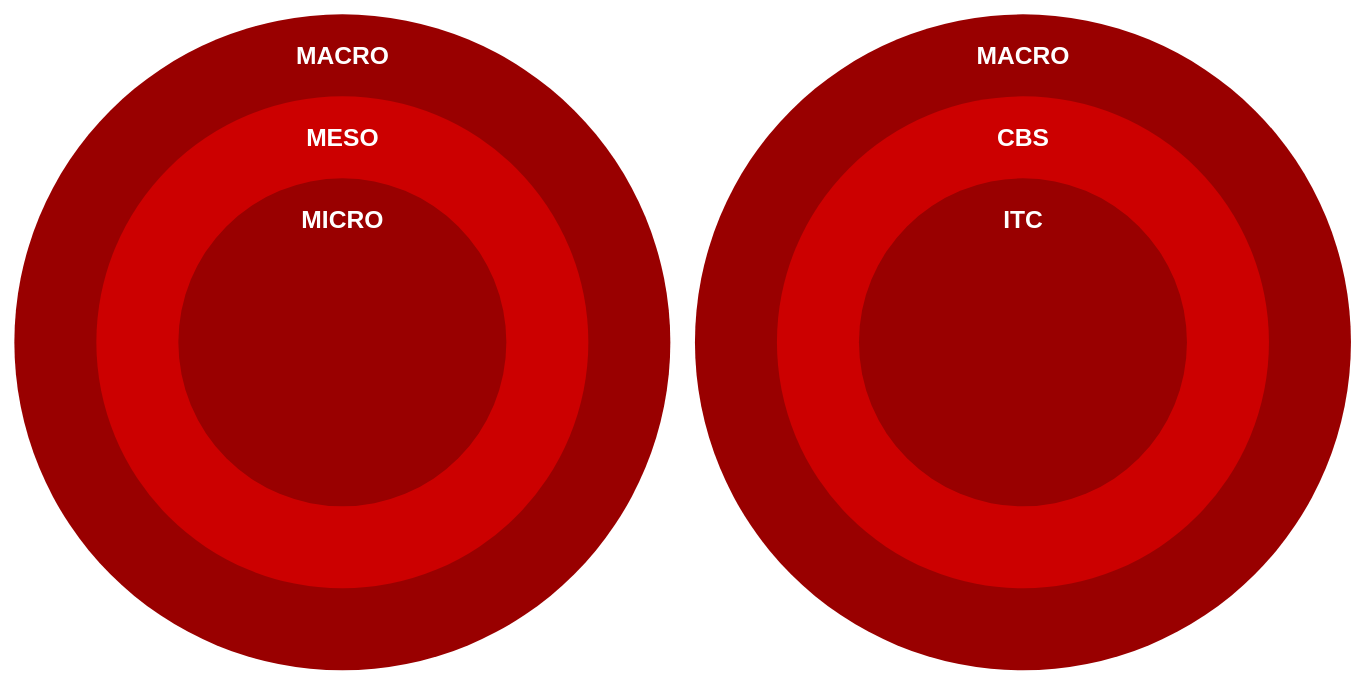
Before: diagrammen/2025-12-07 Miso Meso Macro.drawio in LeroyGerrits/zuyd, a draw.io diagram. Source tidied: cells renumbered, new cells numbered last; positions are measured from the earlier drawing's top-left corner, leaving out a move shared by most shapes. Both pictures are drawn from the tidied source at 82%, with x=0, y=0 at pixel (14, 14).
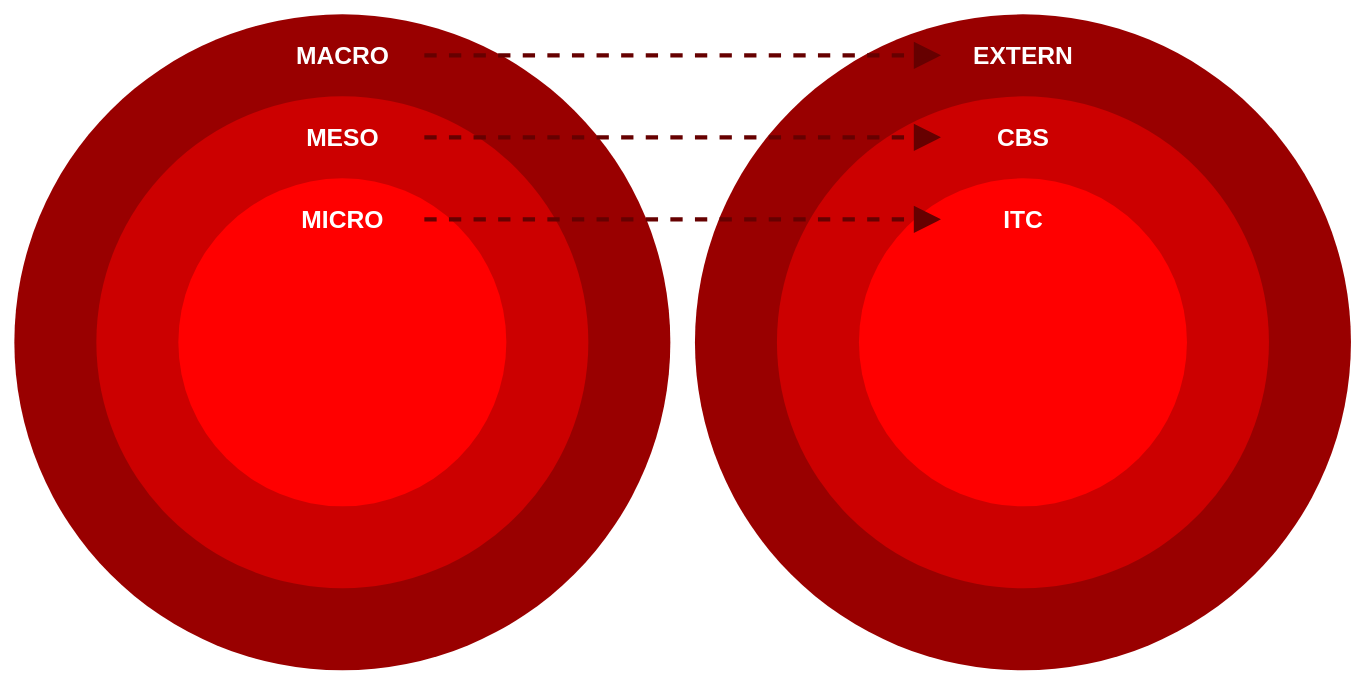
The same page after the edit.

Diff of the diagram source:
```diff
@@
 <mxGraphModel>
   <root>
     <mxCell id="0" />
     <mxCell id="1" parent="0" />
     <mxCell id="2" style="ellipse;whiteSpace=wrap;html=1;strokeColor=none;fillColor=#990000;" parent="1" vertex="1">
       <mxGeometry width="800" height="800" as="geometry" />
     </mxCell>
     <mxCell id="3" style="ellipse;whiteSpace=wrap;html=1;fillColor=#CC0000;strokeColor=none;" parent="1" vertex="1">
       <mxGeometry x="100" y="100" width="600" height="600" as="geometry" />
     </mxCell>
-    <mxCell id="4" style="ellipse;whiteSpace=wrap;html=1;strokeColor=none;fillColor=#990000;" parent="1" vertex="1">
+    <mxCell id="4" style="ellipse;whiteSpace=wrap;html=1;strokeColor=none;fillColor=#FF0000;" parent="1" vertex="1">
       <mxGeometry x="200" y="200" width="400" height="400" as="geometry" />
     </mxCell>
     <mxCell id="5" value="&lt;font style=&quot;font-size: 30px; color: rgb(255, 255, 255);&quot;&gt;MICRO&lt;/font&gt;" style="text;strokeColor=none;fillColor=none;html=1;fontSize=24;fontStyle=1;verticalAlign=middle;align=center;" parent="1" vertex="1">
-      <mxGeometry x="350" y="230" width="100" height="40" as="geometry" />
+      <mxGeometry x="300" y="230" width="200" height="40" as="geometry" />
     </mxCell>
     <mxCell id="6" value="&lt;font style=&quot;font-size: 30px; color: rgb(255, 255, 255);&quot;&gt;MESO&lt;/font&gt;" style="text;strokeColor=none;fillColor=none;html=1;fontSize=24;fontStyle=1;verticalAlign=middle;align=center;" parent="1" vertex="1">
-      <mxGeometry x="350" y="130" width="100" height="40" as="geometry" />
+      <mxGeometry x="300" y="130" width="200" height="40" as="geometry" />
     </mxCell>
     <mxCell id="7" value="&lt;font style=&quot;font-size: 30px; color: rgb(255, 255, 255);&quot;&gt;MACRO&lt;/font&gt;" style="text;strokeColor=none;fillColor=none;html=1;fontSize=24;fontStyle=1;verticalAlign=middle;align=center;" parent="1" vertex="1">
-      <mxGeometry x="350" y="30" width="100" height="40" as="geometry" />
+      <mxGeometry x="300" y="30" width="200" height="40" as="geometry" />
     </mxCell>
     <mxCell id="8" style="ellipse;whiteSpace=wrap;html=1;strokeColor=none;fillColor=#990000;" parent="1" vertex="1">
       <mxGeometry x="830" width="800" height="800" as="geometry" />
     </mxCell>
     <mxCell id="9" style="ellipse;whiteSpace=wrap;html=1;fillColor=#CC0000;strokeColor=none;" parent="1" vertex="1">
       <mxGeometry x="930" y="100" width="600" height="600" as="geometry" />
     </mxCell>
-    <mxCell id="10" style="ellipse;whiteSpace=wrap;html=1;strokeColor=none;fillColor=#990000;" parent="1" vertex="1">
+    <mxCell id="10" style="ellipse;whiteSpace=wrap;html=1;strokeColor=none;fillColor=#FF0000;" parent="1" vertex="1">
       <mxGeometry x="1030" y="200" width="400" height="400" as="geometry" />
     </mxCell>
     <mxCell id="11" value="&lt;font style=&quot;font-size: 30px; color: rgb(255, 255, 255);&quot;&gt;ITC&lt;/font&gt;" style="text;strokeColor=none;fillColor=none;html=1;fontSize=24;fontStyle=1;verticalAlign=middle;align=center;" parent="1" vertex="1">
-      <mxGeometry x="1180" y="230" width="100" height="40" as="geometry" />
+      <mxGeometry x="1130" y="230" width="200" height="40" as="geometry" />
     </mxCell>
     <mxCell id="12" value="&lt;font style=&quot;font-size: 30px; color: rgb(255, 255, 255);&quot;&gt;CBS&lt;/font&gt;" style="text;strokeColor=none;fillColor=none;html=1;fontSize=24;fontStyle=1;verticalAlign=middle;align=center;" parent="1" vertex="1">
-      <mxGeometry x="1180" y="130" width="100" height="40" as="geometry" />
+      <mxGeometry x="1130" y="130" width="200" height="40" as="geometry" />
     </mxCell>
-    <mxCell id="13" value="&lt;font style=&quot;font-size: 30px; color: rgb(255, 255, 255);&quot;&gt;MACRO&lt;/font&gt;" style="text;strokeColor=none;fillColor=none;html=1;fontSize=24;fontStyle=1;verticalAlign=middle;align=center;" parent="1" vertex="1">
-      <mxGeometry x="1180" y="30" width="100" height="40" as="geometry" />
+    <mxCell id="13" value="&lt;font style=&quot;font-size: 30px; color: rgb(255, 255, 255);&quot;&gt;EXTERN&lt;/font&gt;" style="text;strokeColor=none;fillColor=none;html=1;fontSize=24;fontStyle=1;verticalAlign=middle;align=center;" parent="1" vertex="1">
+      <mxGeometry x="1130" y="30" width="200" height="40" as="geometry" />
     </mxCell>
+    <mxCell id="14" style="endArrow=block;html=1;rounded=0;exitX=1;exitY=0.5;exitDx=0;exitDy=0;entryX=0;entryY=0.5;entryDx=0;entryDy=0;strokeWidth=5;endFill=1;dashed=1;strokeColor=#660000;startSize=20;endSize=20;" parent="1" edge="1" source="5" target="11">
+      <mxGeometry relative="1" as="geometry" />
+    </mxCell>
+    <mxCell id="15" style="endArrow=block;html=1;rounded=0;exitX=1;exitY=0.5;exitDx=0;exitDy=0;strokeWidth=5;endFill=1;dashed=1;strokeColor=#660000;entryX=0;entryY=0.5;entryDx=0;entryDy=0;startSize=20;endSize=20;" parent="1" edge="1" source="6" target="12">
+      <mxGeometry relative="1" as="geometry" />
+    </mxCell>
+    <mxCell id="16" style="endArrow=block;html=1;rounded=0;exitX=1;exitY=0.5;exitDx=0;exitDy=0;strokeWidth=5;endFill=1;dashed=1;strokeColor=#660000;entryX=0;entryY=0.5;entryDx=0;entryDy=0;startSize=20;endSize=20;" parent="1" edge="1" source="7" target="13">
+      <mxGeometry relative="1" as="geometry" />
+    </mxCell>
   </root>
 </mxGraphModel>
```
